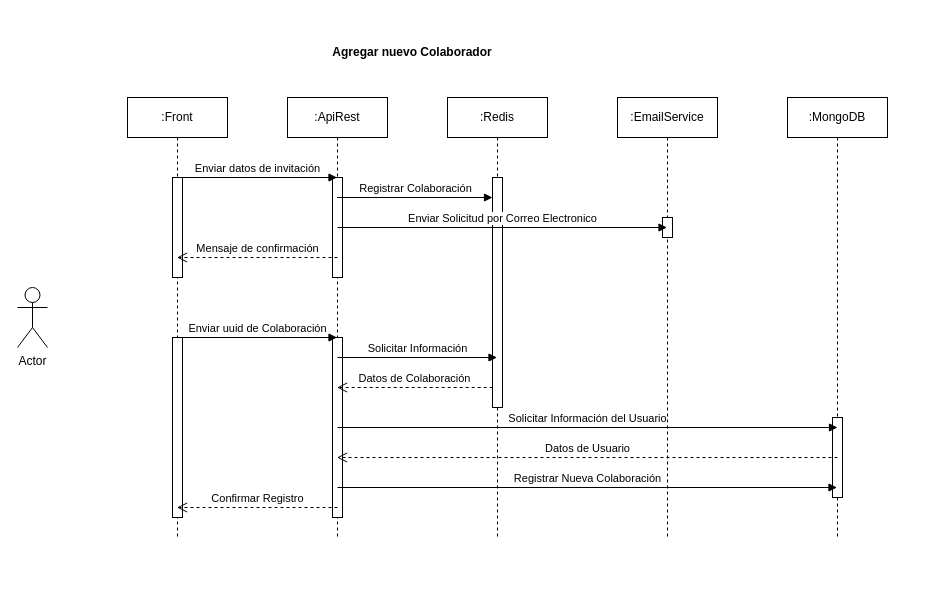
This is page "AUTH" (2 of 2) of diagram.drawio from nimrodleon/Nebula, a draw.io file, before an edit. Source tidied: cells renumbered, new cells numbered last; positions are measured from the earlier drawing's top-left corner, leaving out a move shared by most shapes. Both pictures are drawn from the tidied source at 100%, with x=0, y=0 at pixel (17, 37).
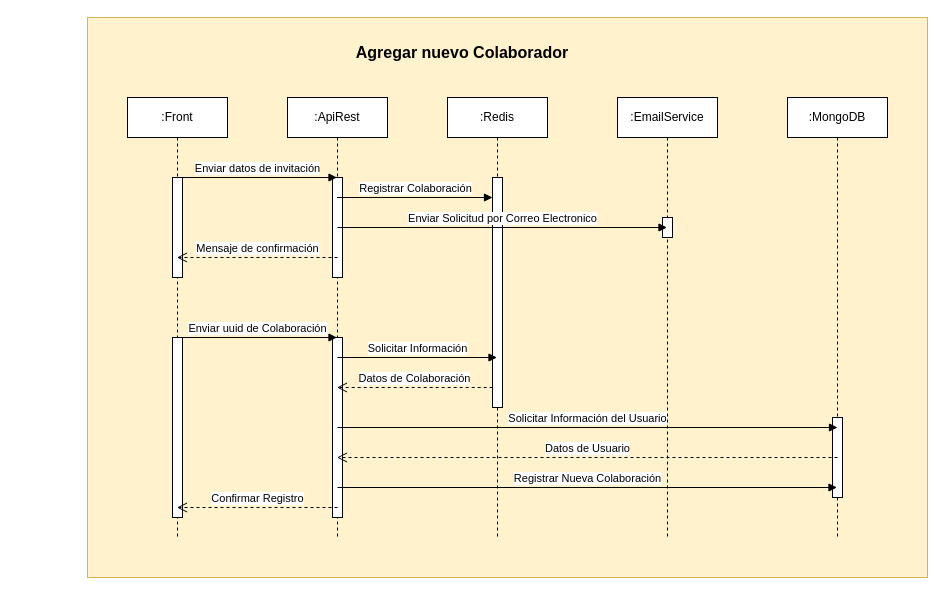
The same diagram, later.

What changed in the source:
```diff
@@
+    <mxCell id="27" style="rounded=0;whiteSpace=wrap;html=1;fillColor=#fff2cc;strokeColor=#d6b656;" parent="1" vertex="1">
+      <mxGeometry x="70" y="-20" width="840" height="560" as="geometry" />
+    </mxCell>
@@
-    <mxCell id="15" value="Agregar nuevo Colaborador" style="text;html=1;strokeColor=none;fillColor=none;align=center;verticalAlign=middle;whiteSpace=wrap;rounded=0;fontStyle=1;" parent="1" vertex="1">
-      <mxGeometry x="300" width="190" height="30" as="geometry" />
+    <mxCell id="15" value="Agregar nuevo Colaborador" style="text;html=1;strokeColor=none;fillColor=none;align=center;verticalAlign=middle;whiteSpace=wrap;rounded=0;fontStyle=1;fontSize=16;" parent="1" vertex="1">
+      <mxGeometry x="300" width="290" height="30" as="geometry" />
     </mxCell>
@@
-    <mxCell id="22" value="Actor" style="shape=umlActor;verticalLabelPosition=bottom;verticalAlign=top;html=1;" parent="1" vertex="1">
-      <mxGeometry y="250" width="30" height="60" as="geometry" />
-    </mxCell>
```
